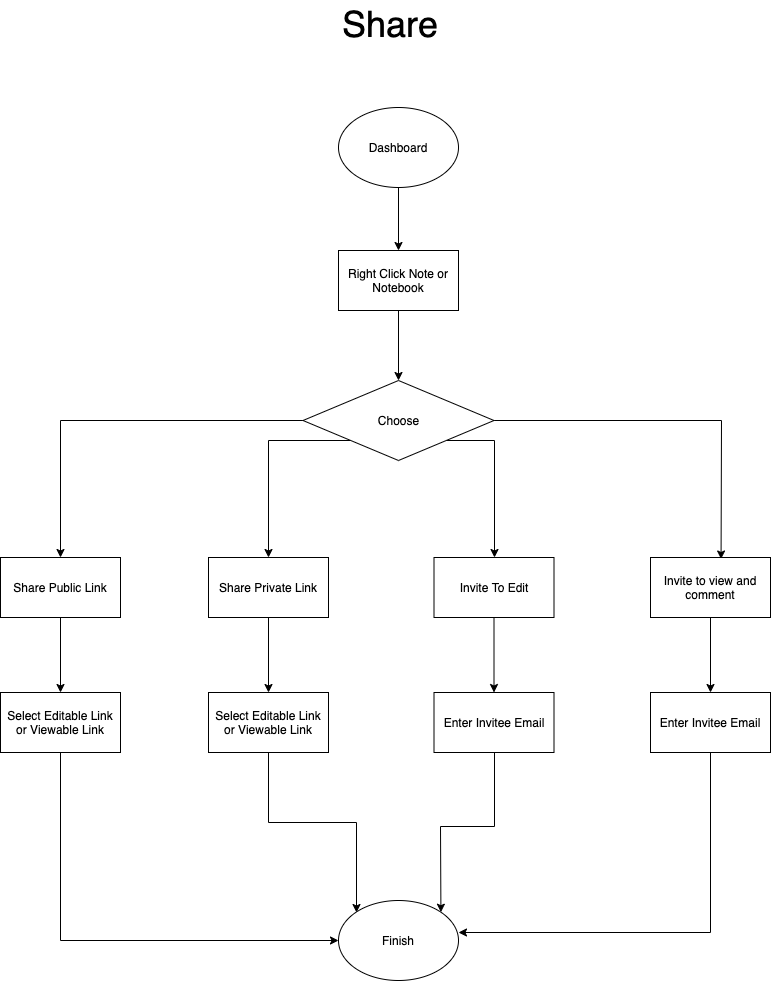
Above: images/00_ideaboard/UserFlows/Share.png in Tgitsit/Portfolio (draw.io), before the change. Source tidied: cells renumbered, new cells last; positions are measured from the earlier drawing's top-left corner, leaving out a move shared by most shapes. Source of this version:
```xml
<mxGraphModel>
  <root>
    <mxCell id="0" />
    <mxCell id="1" parent="0" />
    <mxCell id="2" style="edgeStyle=orthogonalEdgeStyle;rounded=0;jettySize=auto;html=1;entryX=0.5;entryY=0;entryDx=0;entryDy=0;" parent="1" edge="1" source="3" target="16">
      <mxGeometry relative="1" as="geometry" />
    </mxCell>
    <mxCell id="3" value="Dashboard" style="ellipse;whiteSpace=wrap;html=1;" parent="1" vertex="1">
      <mxGeometry x="338" y="107" width="120" height="80" as="geometry" />
    </mxCell>
    <mxCell id="4" style="edgeStyle=orthogonalEdgeStyle;rounded=0;jettySize=auto;html=1;exitX=0;exitY=0.5;exitDx=0;exitDy=0;entryX=0.5;entryY=0;entryDx=0;entryDy=0;" parent="1" edge="1" source="8" target="10">
      <mxGeometry relative="1" as="geometry" />
    </mxCell>
    <mxCell id="5" style="edgeStyle=orthogonalEdgeStyle;rounded=0;jettySize=auto;html=1;exitX=0;exitY=1;exitDx=0;exitDy=0;" parent="1" edge="1" source="8" target="12">
      <mxGeometry relative="1" as="geometry">
        <Array as="points">
          <mxPoint x="268" y="440" />
        </Array>
      </mxGeometry>
    </mxCell>
    <mxCell id="6" style="edgeStyle=orthogonalEdgeStyle;rounded=0;jettySize=auto;html=1;exitX=1;exitY=0.5;exitDx=0;exitDy=0;entryX=0.588;entryY=0.025;entryDx=0;entryDy=0;entryPerimeter=0;" parent="1" edge="1" source="8" target="18">
      <mxGeometry relative="1" as="geometry" />
    </mxCell>
    <mxCell id="7" style="edgeStyle=orthogonalEdgeStyle;rounded=0;jettySize=auto;html=1;exitX=1;exitY=1;exitDx=0;exitDy=0;" parent="1" edge="1" source="8" target="14">
      <mxGeometry relative="1" as="geometry">
        <Array as="points">
          <mxPoint x="494" y="440" />
        </Array>
      </mxGeometry>
    </mxCell>
    <mxCell id="8" value="Choose" style="rhombus;whiteSpace=wrap;html=1;" parent="1" vertex="1">
      <mxGeometry x="302.5" y="380" width="191" height="80" as="geometry" />
    </mxCell>
    <mxCell id="9" style="edgeStyle=orthogonalEdgeStyle;rounded=0;jettySize=auto;html=1;" parent="1" edge="1" source="10" target="26">
      <mxGeometry relative="1" as="geometry" />
    </mxCell>
    <mxCell id="10" value="Share Public Link" style="rounded=0;whiteSpace=wrap;html=1;" parent="1" vertex="1">
      <mxGeometry y="557" width="120" height="60" as="geometry" />
    </mxCell>
    <mxCell id="11" style="edgeStyle=orthogonalEdgeStyle;rounded=0;jettySize=auto;html=1;entryX=0.5;entryY=0;entryDx=0;entryDy=0;" parent="1" edge="1" source="12" target="28">
      <mxGeometry relative="1" as="geometry" />
    </mxCell>
    <mxCell id="12" value="Share Private Link" style="rounded=0;whiteSpace=wrap;html=1;" parent="1" vertex="1">
      <mxGeometry x="208" y="557" width="120" height="60" as="geometry" />
    </mxCell>
    <mxCell id="13" style="edgeStyle=orthogonalEdgeStyle;rounded=0;jettySize=auto;html=1;" parent="1" edge="1" source="14" target="20">
      <mxGeometry relative="1" as="geometry" />
    </mxCell>
    <mxCell id="14" value="Invite To Edit" style="rounded=0;whiteSpace=wrap;html=1;" parent="1" vertex="1">
      <mxGeometry x="433.5" y="557" width="120" height="60" as="geometry" />
    </mxCell>
    <mxCell id="15" style="edgeStyle=orthogonalEdgeStyle;rounded=0;jettySize=auto;html=1;" parent="1" edge="1" source="16" target="8">
      <mxGeometry relative="1" as="geometry" />
    </mxCell>
    <mxCell id="16" value="Right Click Note or Notebook" style="rounded=0;whiteSpace=wrap;html=1;" parent="1" vertex="1">
      <mxGeometry x="338" y="250" width="120" height="60" as="geometry" />
    </mxCell>
    <mxCell id="17" style="edgeStyle=orthogonalEdgeStyle;rounded=0;jettySize=auto;html=1;" parent="1" edge="1" source="18" target="22">
      <mxGeometry relative="1" as="geometry" />
    </mxCell>
    <mxCell id="18" value="Invite to view and comment" style="rounded=0;whiteSpace=wrap;html=1;" parent="1" vertex="1">
      <mxGeometry x="650" y="557" width="120" height="60" as="geometry" />
    </mxCell>
    <mxCell id="19" style="edgeStyle=orthogonalEdgeStyle;rounded=0;jettySize=auto;html=1;entryX=1;entryY=0;entryDx=0;entryDy=0;" parent="1" edge="1" source="20" target="23">
      <mxGeometry relative="1" as="geometry" />
    </mxCell>
    <mxCell id="20" value="Enter Invitee Email" style="rounded=0;whiteSpace=wrap;html=1;" parent="1" vertex="1">
      <mxGeometry x="433.5" y="692" width="120" height="60" as="geometry" />
    </mxCell>
    <mxCell id="21" style="edgeStyle=orthogonalEdgeStyle;rounded=0;jettySize=auto;html=1;entryX=0.996;entryY=0.394;entryDx=0;entryDy=0;entryPerimeter=0;" parent="1" edge="1" source="22" target="23">
      <mxGeometry relative="1" as="geometry">
        <Array as="points">
          <mxPoint x="710" y="932" />
        </Array>
      </mxGeometry>
    </mxCell>
    <mxCell id="22" value="Enter Invitee Email" style="rounded=0;whiteSpace=wrap;html=1;" parent="1" vertex="1">
      <mxGeometry x="650" y="692" width="120" height="60" as="geometry" />
    </mxCell>
    <mxCell id="23" value="Finish" style="ellipse;whiteSpace=wrap;html=1;" parent="1" vertex="1">
      <mxGeometry x="338" y="900" width="120" height="80" as="geometry" />
    </mxCell>
    <mxCell id="24" value="&lt;font style=&quot;font-size: 36px&quot;&gt;Share&lt;/font&gt;" style="text;html=1;align=left;verticalAlign=top;spacingTop=-4;" parent="1" vertex="1">
      <mxGeometry x="339.5" width="117" height="26" as="geometry" />
    </mxCell>
    <mxCell id="25" style="edgeStyle=orthogonalEdgeStyle;rounded=0;jettySize=auto;html=1;entryX=0;entryY=0.5;entryDx=0;entryDy=0;" parent="1" edge="1" source="26" target="23">
      <mxGeometry relative="1" as="geometry">
        <Array as="points">
          <mxPoint x="60" y="940" />
        </Array>
      </mxGeometry>
    </mxCell>
    <mxCell id="26" value="Select Editable Link or Viewable Link" style="rounded=0;whiteSpace=wrap;html=1;" parent="1" vertex="1">
      <mxGeometry y="692" width="120" height="60" as="geometry" />
    </mxCell>
    <mxCell id="27" style="edgeStyle=orthogonalEdgeStyle;rounded=0;jettySize=auto;html=1;entryX=0;entryY=0;entryDx=0;entryDy=0;" parent="1" edge="1" source="28" target="23">
      <mxGeometry relative="1" as="geometry">
        <Array as="points">
          <mxPoint x="268" y="822" />
          <mxPoint x="356" y="822" />
        </Array>
      </mxGeometry>
    </mxCell>
    <mxCell id="28" value="Select Editable Link or Viewable Link" style="rounded=0;whiteSpace=wrap;html=1;" parent="1" vertex="1">
      <mxGeometry x="208" y="692" width="120" height="60" as="geometry" />
    </mxCell>
  </root>
</mxGraphModel>
```
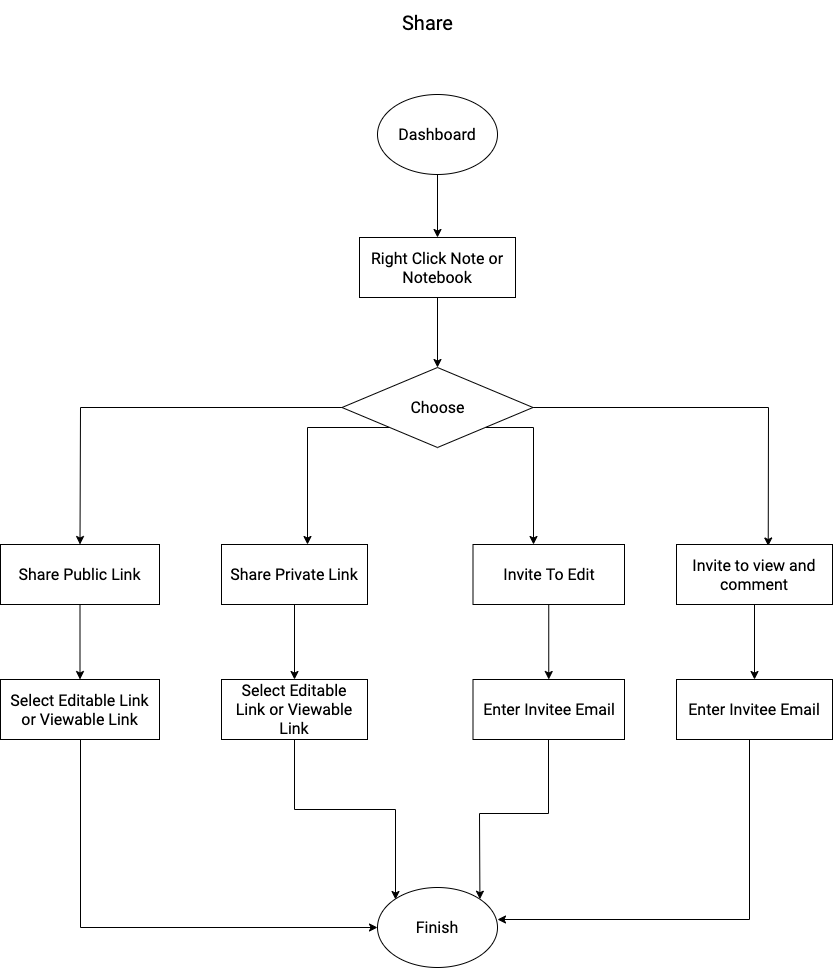
The same diagram one commit later.

Change to the diagram source:
```diff
@@ -2,107 +2,107 @@
   <root>
     <mxCell id="0" />
     <mxCell id="1" parent="0" />
-    <mxCell id="2" style="edgeStyle=orthogonalEdgeStyle;rounded=0;jettySize=auto;html=1;entryX=0.5;entryY=0;entryDx=0;entryDy=0;" parent="1" edge="1" source="3" target="16">
+    <mxCell id="2" style="edgeStyle=orthogonalEdgeStyle;rounded=0;jettySize=auto;html=1;entryX=0.5;entryY=0;entryDx=0;entryDy=0;fontFamily=Roboto;fontSize=16;spacing=10;" parent="1" edge="1" source="3" target="16">
       <mxGeometry relative="1" as="geometry" />
     </mxCell>
-    <mxCell id="3" value="Dashboard" style="ellipse;whiteSpace=wrap;html=1;" parent="1" vertex="1">
-      <mxGeometry x="338" y="107" width="120" height="80" as="geometry" />
+    <mxCell id="3" value="Dashboard" style="ellipse;whiteSpace=wrap;html=1;fontFamily=Roboto;fontSize=16;spacing=10;" parent="1" vertex="1">
+      <mxGeometry x="338" y="97" width="120" height="80" as="geometry" />
     </mxCell>
-    <mxCell id="4" style="edgeStyle=orthogonalEdgeStyle;rounded=0;jettySize=auto;html=1;exitX=0;exitY=0.5;exitDx=0;exitDy=0;entryX=0.5;entryY=0;entryDx=0;entryDy=0;" parent="1" edge="1" source="8" target="10">
+    <mxCell id="4" style="edgeStyle=orthogonalEdgeStyle;rounded=0;jettySize=auto;html=1;exitX=0;exitY=0.5;exitDx=0;exitDy=0;entryX=0.5;entryY=0;entryDx=0;entryDy=0;fontFamily=Roboto;fontSize=16;spacing=10;" parent="1" edge="1" source="8" target="10">
       <mxGeometry relative="1" as="geometry" />
     </mxCell>
-    <mxCell id="5" style="edgeStyle=orthogonalEdgeStyle;rounded=0;jettySize=auto;html=1;exitX=0;exitY=1;exitDx=0;exitDy=0;" parent="1" edge="1" source="8" target="12">
+    <mxCell id="5" style="edgeStyle=orthogonalEdgeStyle;rounded=0;jettySize=auto;html=1;exitX=0;exitY=1;exitDx=0;exitDy=0;fontFamily=Roboto;fontSize=16;spacing=10;" parent="1" edge="1" source="8" target="12">
       <mxGeometry relative="1" as="geometry">
         <Array as="points">
-          <mxPoint x="268" y="440" />
+          <mxPoint x="268" y="430" />
         </Array>
       </mxGeometry>
     </mxCell>
-    <mxCell id="6" style="edgeStyle=orthogonalEdgeStyle;rounded=0;jettySize=auto;html=1;exitX=1;exitY=0.5;exitDx=0;exitDy=0;entryX=0.588;entryY=0.025;entryDx=0;entryDy=0;entryPerimeter=0;" parent="1" edge="1" source="8" target="18">
+    <mxCell id="6" style="edgeStyle=orthogonalEdgeStyle;rounded=0;jettySize=auto;html=1;exitX=1;exitY=0.5;exitDx=0;exitDy=0;entryX=0.588;entryY=0.025;entryDx=0;entryDy=0;entryPerimeter=0;fontFamily=Roboto;fontSize=16;spacing=10;" parent="1" edge="1" source="8" target="18">
       <mxGeometry relative="1" as="geometry" />
     </mxCell>
-    <mxCell id="7" style="edgeStyle=orthogonalEdgeStyle;rounded=0;jettySize=auto;html=1;exitX=1;exitY=1;exitDx=0;exitDy=0;" parent="1" edge="1" source="8" target="14">
+    <mxCell id="7" style="edgeStyle=orthogonalEdgeStyle;rounded=0;jettySize=auto;html=1;exitX=1;exitY=1;exitDx=0;exitDy=0;fontFamily=Roboto;fontSize=16;spacing=10;" parent="1" edge="1" source="8" target="14">
       <mxGeometry relative="1" as="geometry">
         <Array as="points">
-          <mxPoint x="494" y="440" />
+          <mxPoint x="494" y="430" />
         </Array>
       </mxGeometry>
     </mxCell>
-    <mxCell id="8" value="Choose" style="rhombus;whiteSpace=wrap;html=1;" parent="1" vertex="1">
-      <mxGeometry x="302.5" y="380" width="191" height="80" as="geometry" />
+    <mxCell id="8" value="Choose" style="rhombus;whiteSpace=wrap;html=1;fontFamily=Roboto;fontSize=16;spacing=10;" parent="1" vertex="1">
+      <mxGeometry x="302.5" y="370" width="191" height="80" as="geometry" />
     </mxCell>
-    <mxCell id="9" style="edgeStyle=orthogonalEdgeStyle;rounded=0;jettySize=auto;html=1;" parent="1" edge="1" source="10" target="26">
+    <mxCell id="9" style="edgeStyle=orthogonalEdgeStyle;rounded=0;jettySize=auto;html=1;fontFamily=Roboto;fontSize=16;spacing=10;" parent="1" edge="1" source="10" target="26">
       <mxGeometry relative="1" as="geometry" />
     </mxCell>
-    <mxCell id="10" value="Share Public Link" style="rounded=0;whiteSpace=wrap;html=1;" parent="1" vertex="1">
-      <mxGeometry y="557" width="120" height="60" as="geometry" />
+    <mxCell id="10" value="Share Public Link" style="rounded=0;whiteSpace=wrap;html=1;fontFamily=Roboto;fontSize=16;spacing=10;" parent="1" vertex="1">
+      <mxGeometry x="-39" y="547" width="159" height="60" as="geometry" />
     </mxCell>
-    <mxCell id="11" style="edgeStyle=orthogonalEdgeStyle;rounded=0;jettySize=auto;html=1;entryX=0.5;entryY=0;entryDx=0;entryDy=0;" parent="1" edge="1" source="12" target="28">
+    <mxCell id="11" style="edgeStyle=orthogonalEdgeStyle;rounded=0;jettySize=auto;html=1;entryX=0.5;entryY=0;entryDx=0;entryDy=0;fontFamily=Roboto;fontSize=16;spacing=10;" parent="1" edge="1" source="12" target="28">
       <mxGeometry relative="1" as="geometry" />
     </mxCell>
-    <mxCell id="12" value="Share Private Link" style="rounded=0;whiteSpace=wrap;html=1;" parent="1" vertex="1">
-      <mxGeometry x="208" y="557" width="120" height="60" as="geometry" />
+    <mxCell id="12" value="Share Private Link" style="rounded=0;whiteSpace=wrap;html=1;fontFamily=Roboto;fontSize=16;spacing=10;" parent="1" vertex="1">
+      <mxGeometry x="182" y="547" width="146" height="60" as="geometry" />
     </mxCell>
-    <mxCell id="13" style="edgeStyle=orthogonalEdgeStyle;rounded=0;jettySize=auto;html=1;" parent="1" edge="1" source="14" target="20">
+    <mxCell id="13" style="edgeStyle=orthogonalEdgeStyle;rounded=0;jettySize=auto;html=1;fontFamily=Roboto;fontSize=16;spacing=10;" parent="1" edge="1" source="14" target="20">
       <mxGeometry relative="1" as="geometry" />
     </mxCell>
-    <mxCell id="14" value="Invite To Edit" style="rounded=0;whiteSpace=wrap;html=1;" parent="1" vertex="1">
-      <mxGeometry x="433.5" y="557" width="120" height="60" as="geometry" />
+    <mxCell id="14" value="Invite To Edit" style="rounded=0;whiteSpace=wrap;html=1;fontFamily=Roboto;fontSize=16;spacing=10;" parent="1" vertex="1">
+      <mxGeometry x="433.5" y="547" width="151.5" height="60" as="geometry" />
     </mxCell>
-    <mxCell id="15" style="edgeStyle=orthogonalEdgeStyle;rounded=0;jettySize=auto;html=1;" parent="1" edge="1" source="16" target="8">
+    <mxCell id="15" style="edgeStyle=orthogonalEdgeStyle;rounded=0;jettySize=auto;html=1;fontFamily=Roboto;fontSize=16;spacing=10;" parent="1" edge="1" source="16" target="8">
       <mxGeometry relative="1" as="geometry" />
     </mxCell>
-    <mxCell id="16" value="Right Click Note or Notebook" style="rounded=0;whiteSpace=wrap;html=1;" parent="1" vertex="1">
-      <mxGeometry x="338" y="250" width="120" height="60" as="geometry" />
+    <mxCell id="16" value="Right Click Note or Notebook" style="rounded=0;whiteSpace=wrap;html=1;fontFamily=Roboto;fontSize=16;spacing=10;" parent="1" vertex="1">
+      <mxGeometry x="320" y="240" width="156" height="60" as="geometry" />
     </mxCell>
-    <mxCell id="17" style="edgeStyle=orthogonalEdgeStyle;rounded=0;jettySize=auto;html=1;" parent="1" edge="1" source="18" target="22">
+    <mxCell id="17" style="edgeStyle=orthogonalEdgeStyle;rounded=0;jettySize=auto;html=1;fontFamily=Roboto;fontSize=16;spacing=10;" parent="1" edge="1" source="18" target="22">
       <mxGeometry relative="1" as="geometry" />
     </mxCell>
-    <mxCell id="18" value="Invite to view and comment" style="rounded=0;whiteSpace=wrap;html=1;" parent="1" vertex="1">
-      <mxGeometry x="650" y="557" width="120" height="60" as="geometry" />
+    <mxCell id="18" value="Invite to view and comment" style="rounded=0;whiteSpace=wrap;html=1;fontFamily=Roboto;fontSize=16;spacing=10;" parent="1" vertex="1">
+      <mxGeometry x="637" y="547" width="156" height="60" as="geometry" />
     </mxCell>
-    <mxCell id="19" style="edgeStyle=orthogonalEdgeStyle;rounded=0;jettySize=auto;html=1;entryX=1;entryY=0;entryDx=0;entryDy=0;" parent="1" edge="1" source="20" target="23">
+    <mxCell id="19" style="edgeStyle=orthogonalEdgeStyle;rounded=0;jettySize=auto;html=1;entryX=1;entryY=0;entryDx=0;entryDy=0;fontFamily=Roboto;fontSize=16;spacing=10;" parent="1" edge="1" source="20" target="23">
       <mxGeometry relative="1" as="geometry" />
     </mxCell>
-    <mxCell id="20" value="Enter Invitee Email" style="rounded=0;whiteSpace=wrap;html=1;" parent="1" vertex="1">
-      <mxGeometry x="433.5" y="692" width="120" height="60" as="geometry" />
+    <mxCell id="20" value="Enter Invitee Email" style="rounded=0;whiteSpace=wrap;html=1;fontFamily=Roboto;fontSize=16;spacing=10;" parent="1" vertex="1">
+      <mxGeometry x="433.5" y="682" width="151.5" height="60" as="geometry" />
     </mxCell>
-    <mxCell id="21" style="edgeStyle=orthogonalEdgeStyle;rounded=0;jettySize=auto;html=1;entryX=0.996;entryY=0.394;entryDx=0;entryDy=0;entryPerimeter=0;" parent="1" edge="1" source="22" target="23">
+    <mxCell id="21" style="edgeStyle=orthogonalEdgeStyle;rounded=0;jettySize=auto;html=1;entryX=0.996;entryY=0.394;entryDx=0;entryDy=0;entryPerimeter=0;fontFamily=Roboto;fontSize=16;spacing=10;" parent="1" edge="1" source="22" target="23">
       <mxGeometry relative="1" as="geometry">
         <Array as="points">
-          <mxPoint x="710" y="932" />
+          <mxPoint x="710" y="922" />
         </Array>
       </mxGeometry>
     </mxCell>
-    <mxCell id="22" value="Enter Invitee Email" style="rounded=0;whiteSpace=wrap;html=1;" parent="1" vertex="1">
-      <mxGeometry x="650" y="692" width="120" height="60" as="geometry" />
+    <mxCell id="22" value="Enter Invitee Email" style="rounded=0;whiteSpace=wrap;html=1;fontFamily=Roboto;fontSize=16;spacing=10;" parent="1" vertex="1">
+      <mxGeometry x="637" y="682" width="156" height="60" as="geometry" />
     </mxCell>
-    <mxCell id="23" value="Finish" style="ellipse;whiteSpace=wrap;html=1;" parent="1" vertex="1">
-      <mxGeometry x="338" y="900" width="120" height="80" as="geometry" />
+    <mxCell id="23" value="Finish" style="ellipse;whiteSpace=wrap;html=1;fontFamily=Roboto;fontSize=16;spacing=10;" parent="1" vertex="1">
+      <mxGeometry x="338" y="890" width="120" height="80" as="geometry" />
     </mxCell>
-    <mxCell id="24" value="&lt;font style=&quot;font-size: 36px&quot;&gt;Share&lt;/font&gt;" style="text;html=1;align=left;verticalAlign=top;spacingTop=-4;" parent="1" vertex="1">
-      <mxGeometry x="339.5" width="117" height="26" as="geometry" />
+    <mxCell id="24" value="&lt;font style=&quot;font-size: 20px;&quot;&gt;Share&lt;/font&gt;" style="text;html=1;align=left;verticalAlign=top;spacingTop=-4;fontFamily=Roboto;fontSize=20;spacing=10;" parent="1" vertex="1">
+      <mxGeometry x="352.5" y="3" width="91" height="52" as="geometry" />
     </mxCell>
-    <mxCell id="25" style="edgeStyle=orthogonalEdgeStyle;rounded=0;jettySize=auto;html=1;entryX=0;entryY=0.5;entryDx=0;entryDy=0;" parent="1" edge="1" source="26" target="23">
+    <mxCell id="25" style="edgeStyle=orthogonalEdgeStyle;rounded=0;jettySize=auto;html=1;entryX=0;entryY=0.5;entryDx=0;entryDy=0;fontFamily=Roboto;fontSize=16;spacing=10;" parent="1" edge="1" source="26" target="23">
       <mxGeometry relative="1" as="geometry">
         <Array as="points">
-          <mxPoint x="60" y="940" />
+          <mxPoint x="41" y="930" />
         </Array>
       </mxGeometry>
     </mxCell>
-    <mxCell id="26" value="Select Editable Link or Viewable Link" style="rounded=0;whiteSpace=wrap;html=1;" parent="1" vertex="1">
-      <mxGeometry y="692" width="120" height="60" as="geometry" />
+    <mxCell id="26" value="Select Editable Link or Viewable Link" style="rounded=0;whiteSpace=wrap;html=1;fontFamily=Roboto;fontSize=16;spacing=10;" parent="1" vertex="1">
+      <mxGeometry x="-39" y="682" width="159" height="60" as="geometry" />
     </mxCell>
-    <mxCell id="27" style="edgeStyle=orthogonalEdgeStyle;rounded=0;jettySize=auto;html=1;entryX=0;entryY=0;entryDx=0;entryDy=0;" parent="1" edge="1" source="28" target="23">
+    <mxCell id="27" style="edgeStyle=orthogonalEdgeStyle;rounded=0;jettySize=auto;html=1;entryX=0;entryY=0;entryDx=0;entryDy=0;fontFamily=Roboto;fontSize=16;spacing=10;" parent="1" edge="1" source="28" target="23">
       <mxGeometry relative="1" as="geometry">
         <Array as="points">
-          <mxPoint x="268" y="822" />
-          <mxPoint x="356" y="822" />
+          <mxPoint x="255" y="812" />
+          <mxPoint x="356" y="812" />
         </Array>
       </mxGeometry>
     </mxCell>
-    <mxCell id="28" value="Select Editable Link or Viewable Link" style="rounded=0;whiteSpace=wrap;html=1;" parent="1" vertex="1">
-      <mxGeometry x="208" y="692" width="120" height="60" as="geometry" />
+    <mxCell id="28" value="Select Editable Link or Viewable Link" style="rounded=0;whiteSpace=wrap;html=1;fontFamily=Roboto;fontSize=16;spacing=10;" parent="1" vertex="1">
+      <mxGeometry x="182" y="682" width="146" height="60" as="geometry" />
     </mxCell>
   </root>
 </mxGraphModel>
```
